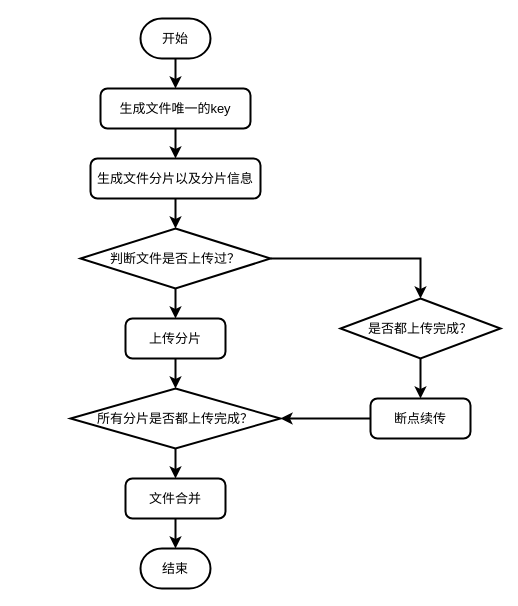
Above: 大文件上传.drawio in come-on-reader/draw-io (draw.io), before the change. Source tidied: cells renumbered, new cells numbered last; positions are measured from the earlier drawing's top-left corner, leaving out a move shared by most shapes. Both pictures are drawn from the tidied source at 100%, with x=0, y=0 at pixel (70, 18).
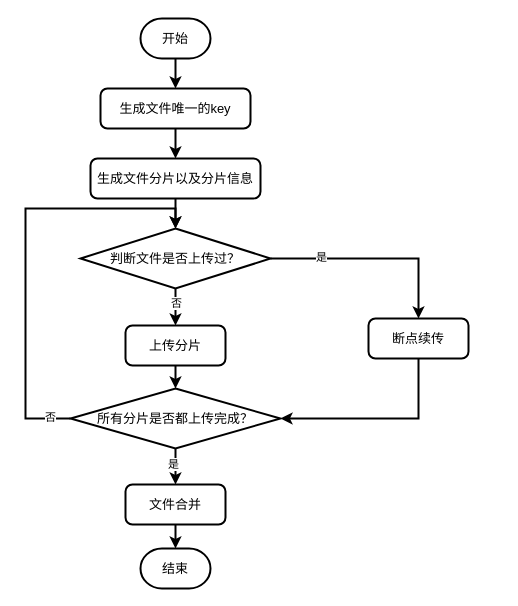
The same diagram, later.

Commit message:
更新大文件上传.drawio

Unchanged cells that the change refers to:
```xml
<mxCell id="6" value="判断文件是否上传过？" style="strokeWidth=2;html=1;shape=mxgraph.flowchart.decision;whiteSpace=wrap;fontSize=13;" parent="1" vertex="1">
  <mxGeometry x="10" y="210" width="190" height="60" as="geometry" />
</mxCell>
<mxCell id="15" style="endArrow=classic;html=1;rounded=0;entryX=0.5;entryY=0;entryDx=0;entryDy=0;exitX=0.5;exitY=1;exitDx=0;exitDy=0;exitPerimeter=0;strokeWidth=2;fontSize=13;" parent="1" edge="1" source="18" target="8">
  <mxGeometry relative="1" as="geometry" />
</mxCell>
<mxCell id="17" style="endArrow=classic;html=1;rounded=0;exitX=0.5;exitY=1;exitDx=0;exitDy=0;exitPerimeter=0;strokeWidth=2;fontSize=13;" parent="1" edge="1" source="6" target="7">
  <mxGeometry relative="1" as="geometry" />
</mxCell>
<mxCell id="18" value="所有分片是否都上传完成？" style="strokeWidth=2;html=1;shape=mxgraph.flowchart.decision;whiteSpace=wrap;fontSize=13;" parent="1" vertex="1">
  <mxGeometry y="370" width="210" height="60" as="geometry" />
</mxCell>
```

What changed in the source:
```diff
@@
     <mxCell id="7" value="上传分片" style="rounded=1;whiteSpace=wrap;html=1;absoluteArcSize=1;arcSize=14;strokeWidth=2;fontSize=13;" parent="1" vertex="1">
-      <mxGeometry x="55" y="300" width="100" height="40" as="geometry" />
+      <mxGeometry x="55" y="307" width="100" height="40" as="geometry" />
     </mxCell>
     <mxCell id="8" value="文件合并" style="rounded=1;whiteSpace=wrap;html=1;absoluteArcSize=1;arcSize=14;strokeWidth=2;fontSize=13;" parent="1" vertex="1">
-      <mxGeometry x="55" y="460" width="100" height="40" as="geometry" />
+      <mxGeometry x="55" y="466" width="100" height="40" as="geometry" />
     </mxCell>
     <mxCell id="9" value="断点续传" style="rounded=1;whiteSpace=wrap;html=1;absoluteArcSize=1;arcSize=14;strokeWidth=2;fontSize=13;" parent="1" vertex="1">
-      <mxGeometry x="300" y="380" width="100" height="40" as="geometry" />
+      <mxGeometry x="298" y="300" width="100" height="40" as="geometry" />
     </mxCell>
-    <mxCell id="10" value="是否都上传完成？" style="strokeWidth=2;html=1;shape=mxgraph.flowchart.decision;whiteSpace=wrap;fontSize=13;" parent="1" vertex="1">
-      <mxGeometry x="270" y="280" width="160" height="60" as="geometry" />
-    </mxCell>
@@
+    <mxCell id="22" value="是" style="edgeLabel;html=1;align=center;verticalAlign=middle;" parent="15" vertex="1">
+      <mxGeometry x="-0.17" y="-3" relative="1" as="geometry" />
+    </mxCell>
@@
+    <mxCell id="23" value="否" style="edgeLabel;html=1;align=center;verticalAlign=middle;" parent="17" vertex="1">
+      <mxGeometry x="-0.24" relative="1" as="geometry" />
+    </mxCell>
+    <mxCell id="24" style="edgeStyle=orthogonalEdgeStyle;rounded=0;jettySize=auto;html=1;entryX=0.5;entryY=0;entryDx=0;entryDy=0;entryPerimeter=0;strokeWidth=2;" parent="1" edge="1" source="18" target="6">
+      <mxGeometry relative="1" as="geometry">
+        <Array as="points">
+          <mxPoint x="-45" y="400" />
+          <mxPoint x="-45" y="190" />
+          <mxPoint x="105" y="190" />
+        </Array>
+      </mxGeometry>
+    </mxCell>
+    <mxCell id="25" value="否" style="edgeLabel;html=1;align=center;verticalAlign=middle;" parent="24" vertex="1">
+      <mxGeometry x="-0.9" y="-2" relative="1" as="geometry" />
+    </mxCell>
@@
-    <mxCell id="19" style="endArrow=classic;html=1;rounded=0;exitX=1;exitY=0.5;exitDx=0;exitDy=0;exitPerimeter=0;entryX=0.5;entryY=0;entryDx=0;entryDy=0;entryPerimeter=0;edgeStyle=orthogonalEdgeStyle;strokeWidth=2;fontSize=13;" parent="1" edge="1" source="6" target="10">
+    <mxCell id="19" style="endArrow=classic;html=1;rounded=0;exitX=1;exitY=0.5;exitDx=0;exitDy=0;exitPerimeter=0;entryX=0.5;entryY=0;entryDx=0;entryDy=0;edgeStyle=orthogonalEdgeStyle;strokeWidth=2;fontSize=13;" parent="1" edge="1" source="6" target="9">
       <mxGeometry relative="1" as="geometry" />
     </mxCell>
-    <mxCell id="20" style="endArrow=classic;html=1;rounded=0;exitX=0.5;exitY=1;exitDx=0;exitDy=0;exitPerimeter=0;entryX=0.5;entryY=0;entryDx=0;entryDy=0;strokeWidth=2;fontSize=13;" parent="1" edge="1" source="10" target="9">
-      <mxGeometry relative="1" as="geometry" />
-    </mxCell>
+    <mxCell id="26" value="是" style="edgeLabel;html=1;align=center;verticalAlign=middle;" parent="19" vertex="1">
+      <mxGeometry x="-0.52" y="2" relative="1" as="geometry" />
+    </mxCell>
-    <mxCell id="21" style="endArrow=classic;html=1;rounded=0;exitX=0;exitY=0.5;exitDx=0;exitDy=0;entryX=1;entryY=0.5;entryDx=0;entryDy=0;entryPerimeter=0;strokeWidth=2;fontSize=13;" parent="1" edge="1" source="9" target="18">
+    <mxCell id="21" style="endArrow=classic;html=1;rounded=0;exitX=0.5;exitY=1;exitDx=0;exitDy=0;entryX=1;entryY=0.5;entryDx=0;entryDy=0;entryPerimeter=0;strokeWidth=2;fontSize=13;edgeStyle=orthogonalEdgeStyle;" parent="1" edge="1" source="9" target="18">
       <mxGeometry relative="1" as="geometry" />
     </mxCell>
```
